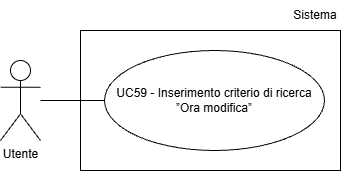
Before: assets/Use_Case_Diagrams/UC59.png, a diagram exported from draw.io (Team-Three-Technologies/Documenti). Source tidied: cells renumbered, new cells last; positions are measured from the earlier drawing's top-left corner, leaving out a move shared by most shapes.
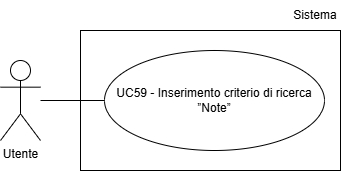
After the change.

The edit, as a diff of the source:
```diff
@@ -5,14 +5,14 @@
     <mxCell id="2" value="Utente" style="shape=umlActor;verticalLabelPosition=bottom;verticalAlign=top;html=1;" parent="1" vertex="1">
       <mxGeometry y="60" width="40" height="80" as="geometry" />
     </mxCell>
-    <mxCell id="3" value="UC59 - Inserimento criterio di ricerca ”Ora modifica”" style="ellipse;whiteSpace=wrap;html=1;align=center;" parent="1" vertex="1">
-      <mxGeometry x="104" y="50" width="220" height="100" as="geometry" />
-    </mxCell>
-    <mxCell id="4" style="endArrow=none;html=1;rounded=0;entryX=0;entryY=0.5;entryDx=0;entryDy=0;" parent="1" edge="1" target="3">
-      <mxGeometry relative="1" as="geometry">
-        <mxPoint x="40" y="100" as="sourcePoint" />
-      </mxGeometry>
-    </mxCell>
+    <mxCell id="7" value="UC59 - Inserimento criterio di ricerca ”Note”" style="ellipse;whiteSpace=wrap;html=1;align=center;" parent="1" vertex="1">
+      <mxGeometry x="104" y="50" width="220" height="100" as="geometry" />
+    </mxCell>
+    <mxCell id="8" style="endArrow=none;html=1;rounded=0;entryX=0;entryY=0.5;entryDx=0;entryDy=0;" parent="1" edge="1" target="7">
+      <mxGeometry relative="1" as="geometry">
+        <mxPoint x="40" y="100" as="sourcePoint" />
+      </mxGeometry>
+    </mxCell>
     <mxCell id="5" style="rounded=0;whiteSpace=wrap;html=1;fillColor=none;" parent="1" vertex="1">
       <mxGeometry x="80" y="30" width="260" height="140" as="geometry" />
     </mxCell>
```
